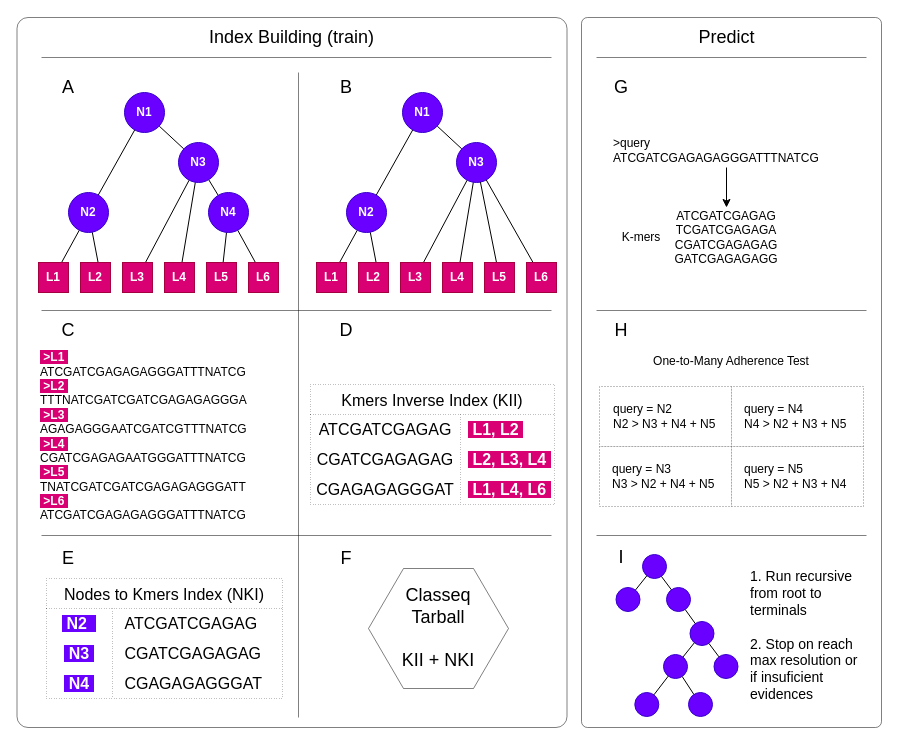
Before: page "main-comcepts" (1 of 2) of docs/drawio/classeq.drawio in LepistaBioinformatics/classeq, a draw.io diagram. Source tidied: cells renumbered, new cells numbered last; positions are measured from the earlier drawing's top-left corner, leaving out a move shared by most shapes. Both pictures are drawn from the tidied source at 100%, with x=0, y=0 at pixel (17, 17).
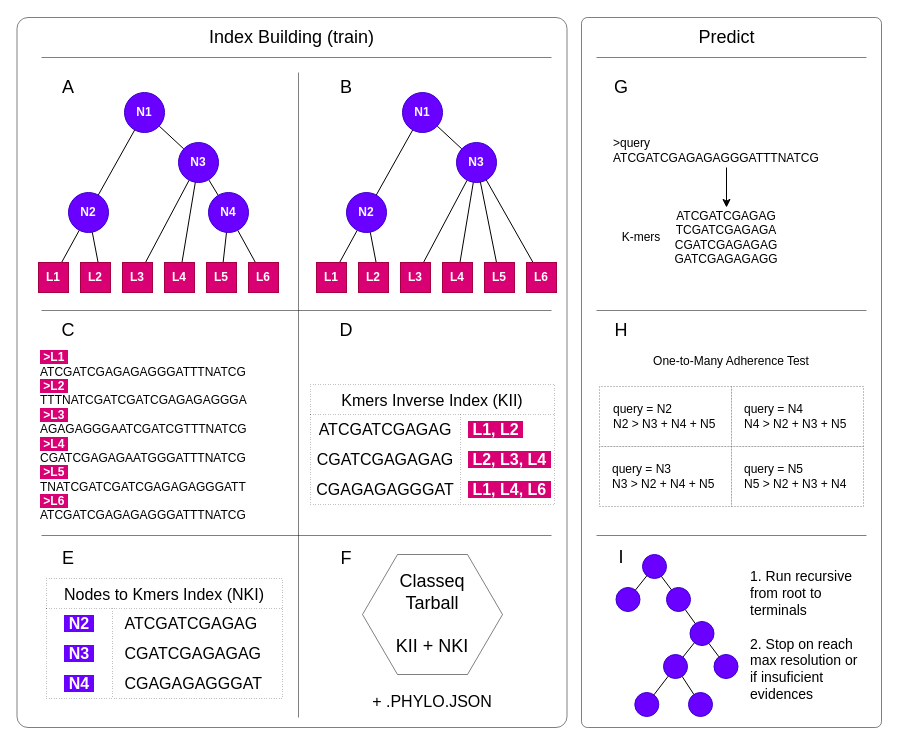
The same diagram, later.

Commit message (it also covers changes not shown here):
docs: upgrade drawio documentation and create the phylo json schema as a json file plus the yaml format

Unchanged cells that the change refers to:
```xml
<mxCell id="54" style="shape=tableRow;horizontal=0;startSize=0;swimlaneHead=0;swimlaneBody=0;top=0;left=0;bottom=0;right=0;fillColor=none;strokeColor=inherit;fontSize=16;swimlaneFillColor=default;" parent="53" vertex="1">
  <mxGeometry y="30" width="236" height="30" as="geometry" />
</mxCell>
```

What changed in the source:
```diff
@@
     <mxCell id="51" value="&lt;font style=&quot;font-size: 18px;&quot;&gt;Classeq&lt;br&gt;Tarball&lt;br&gt;&lt;br&gt;KII + NKI&lt;br&gt;&lt;/font&gt;" style="shape=mxgraph.bpmn.conversation;perimeter=hexagonPerimeter2;whiteSpace=wrap;html=1;bpmnConversationType=conv;strokeWidth=0.5;" parent="1" vertex="1">
-      <mxGeometry x="351" y="551" width="140" height="120" as="geometry" />
+      <mxGeometry x="345" y="537" width="140" height="120" as="geometry" />
     </mxCell>
@@
-    <mxCell id="55" value="&lt;span style=&quot;background-color: rgb(106, 0, 255);&quot;&gt;&lt;font color=&quot;#ffffff&quot;&gt;&lt;b&gt;&amp;nbsp;N2&amp;nbsp;&amp;nbsp;&lt;/b&gt;&lt;/font&gt;&lt;/span&gt;" style="shape=partialRectangle;html=1;whiteSpace=wrap;fillColor=none;top=0;left=0;bottom=0;right=0;overflow=hidden;strokeColor=inherit;fontSize=16;" parent="54" vertex="1">
+    <mxCell id="55" value="&lt;span style=&quot;background-color: rgb(106, 0, 255);&quot;&gt;&lt;font color=&quot;#ffffff&quot;&gt;&lt;b&gt;&amp;nbsp;N2&amp;nbsp;&lt;/b&gt;&lt;/font&gt;&lt;/span&gt;" style="shape=partialRectangle;html=1;whiteSpace=wrap;fillColor=none;top=0;left=0;bottom=0;right=0;overflow=hidden;strokeColor=inherit;fontSize=16;" parent="54" vertex="1">
       <mxGeometry width="66" height="30" as="geometry" />
     </mxCell>
@@
+    <mxCell id="111" value="&lt;font style=&quot;font-size: 16px;&quot;&gt;+ .PHYLO.JSON&lt;/font&gt;" style="text;html=1;strokeColor=none;fillColor=none;align=center;verticalAlign=middle;whiteSpace=wrap;rounded=0;" parent="1" vertex="1">
+      <mxGeometry x="326" y="669" width="178" height="30" as="geometry" />
+    </mxCell>
```
